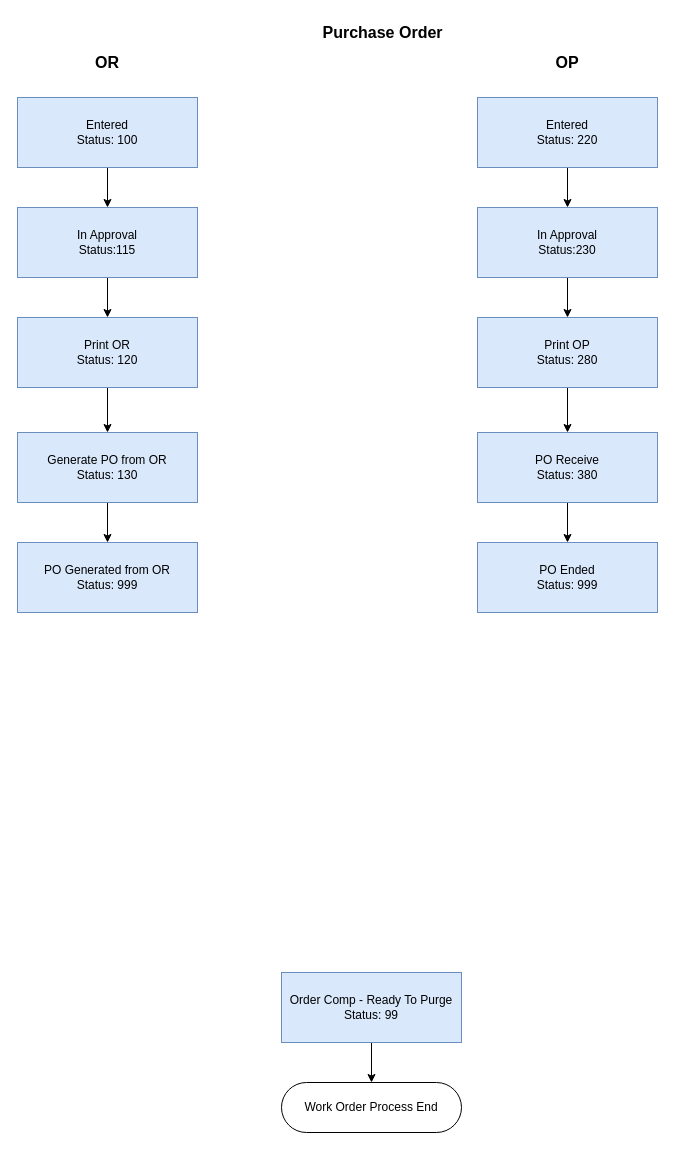
Before: JDE Status Flowchart/Purchase.drawio in tuutoo/drawio-charts, a draw.io diagram. Source tidied: cells renumbered, new cells numbered last; positions are measured from the earlier drawing's top-left corner, leaving out a move shared by most shapes. Both pictures are drawn from the tidied source at 100%, with x=0, y=0 at pixel (17, 17).
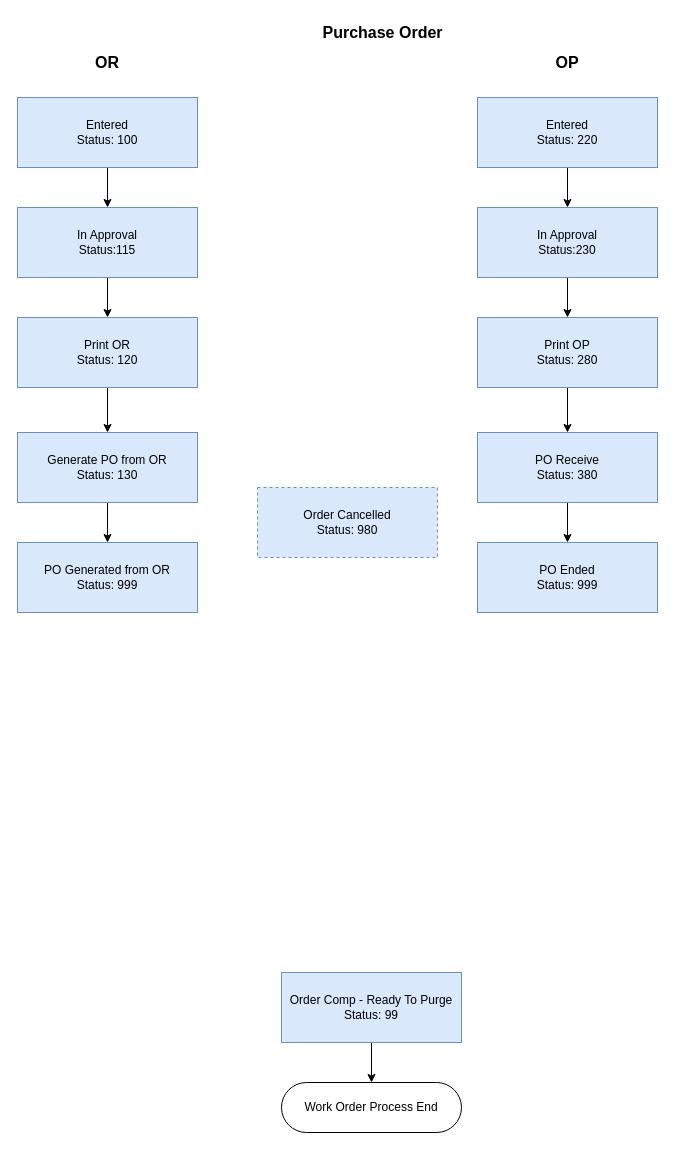
The same diagram, later.

Commit message:
feat: 🎸 add order cancel status

Diff of the diagram source:
```diff
@@
+    <mxCell id="26" value="Order Cancelled&lt;br&gt;Status: 980" style="rounded=0;whiteSpace=wrap;html=1;fillColor=#dae8fc;strokeColor=#6c8ebf;dashed=1;" parent="1" vertex="1">
+      <mxGeometry x="240" y="470" width="180" height="70" as="geometry" />
+    </mxCell>
```
